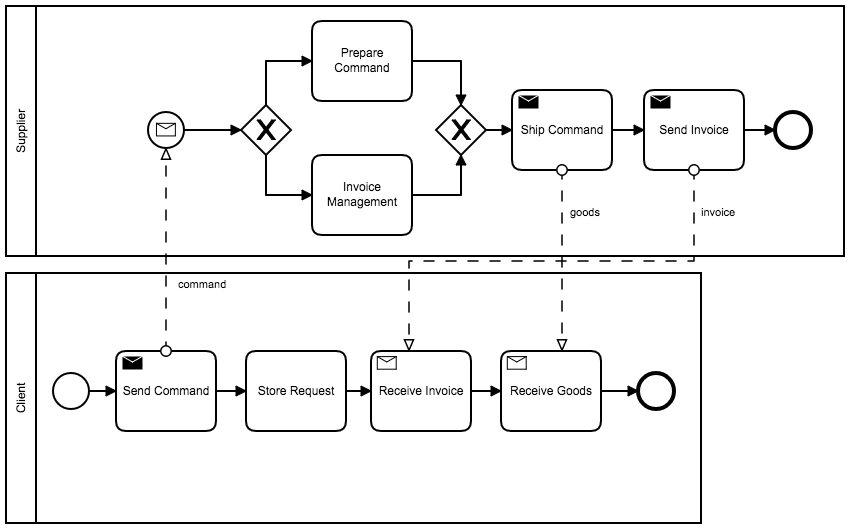
Above: models/bpmn-origin/002ClientSupplierDynamic.png in pascalpoizat/fbpmn (BPMN), before the change. Its source is kept beside it as models/bpmn-origin/002ClientSupplierDynamic.bpmn. Ids are renumbered. Its diagram source:
```xml
<bpmn:definitions xmlns:bpmn="http://www.omg.org/spec/BPMN/20100524/MODEL" xmlns:bpmndi="http://www.omg.org/spec/BPMN/20100524/DI" xmlns:di="http://www.omg.org/spec/DD/20100524/DI" xmlns:dc="http://www.omg.org/spec/DD/20100524/DC" id="Definitions_n1" targetNamespace="http://bpmn.io/schema/bpmn" exporter="Camunda Modeler" exporterVersion="2.0.3">
  <bpmn:collaboration id="_002ClientSupplierDynamic">
    <bpmn:participant id="Participant_n2" name="Supplier" processRef="Process_1" />
    <bpmn:participant id="Participant_n3" name="Client" processRef="Process_n4" />
    <bpmn:messageFlow id="mf1" name="command" sourceRef="cSendCommand" targetRef="sStart" />
    <bpmn:messageFlow id="mf3" name="goods" sourceRef="sShipCommand" targetRef="cReceiveGoods" />
    <bpmn:messageFlow id="mf2" name="invoice" sourceRef="sSendInvoice" targetRef="cReceiveInvoice" />
  </bpmn:collaboration>
  <bpmn:process id="Process_1" isExecutable="true">
    <bpmn:sequenceFlow id="sE1" sourceRef="sStart" targetRef="sPar1" />
    <bpmn:exclusiveGateway id="sPar1">
      <bpmn:incoming>sE1</bpmn:incoming>
      <bpmn:outgoing>sE2</bpmn:outgoing>
      <bpmn:outgoing>sE3</bpmn:outgoing>
    </bpmn:exclusiveGateway>
    <bpmn:exclusiveGateway id="sPar2">
      <bpmn:incoming>sE4</bpmn:incoming>
      <bpmn:incoming>sE5</bpmn:incoming>
      <bpmn:outgoing>sE6</bpmn:outgoing>
    </bpmn:exclusiveGateway>
    <bpmn:sequenceFlow id="sE2" sourceRef="sPar1" targetRef="sPrepareCommand" />
    <bpmn:sequenceFlow id="sE3" sourceRef="sPar1" targetRef="sInvoiceManagement" />
    <bpmn:sequenceFlow id="sE4" sourceRef="sPrepareCommand" targetRef="sPar2" />
    <bpmn:sequenceFlow id="sE5" sourceRef="sInvoiceManagement" targetRef="sPar2" />
    <bpmn:sequenceFlow id="sE6" sourceRef="sPar2" targetRef="sShipCommand" />
    <bpmn:sequenceFlow id="sE7" sourceRef="sShipCommand" targetRef="sSendInvoice" />
    <bpmn:sequenceFlow id="sE8" sourceRef="sSendInvoice" targetRef="sEnd" />
    <bpmn:sendTask id="sShipCommand" name="Ship Command">
      <bpmn:incoming>sE6</bpmn:incoming>
      <bpmn:outgoing>sE7</bpmn:outgoing>
    </bpmn:sendTask>
    <bpmn:sendTask id="sSendInvoice" name="Send Invoice">
      <bpmn:incoming>sE7</bpmn:incoming>
      <bpmn:outgoing>sE8</bpmn:outgoing>
    </bpmn:sendTask>
    <bpmn:task id="sInvoiceManagement" name="Invoice Management">
      <bpmn:incoming>sE3</bpmn:incoming>
      <bpmn:outgoing>sE5</bpmn:outgoing>
    </bpmn:task>
    <bpmn:task id="sPrepareCommand" name="Prepare Command">
      <bpmn:incoming>sE2</bpmn:incoming>
      <bpmn:outgoing>sE4</bpmn:outgoing>
    </bpmn:task>
    <bpmn:endEvent id="sEnd">
      <bpmn:incoming>sE8</bpmn:incoming>
    </bpmn:endEvent>
    <bpmn:startEvent id="sStart">
      <bpmn:outgoing>sE1</bpmn:outgoing>
      <bpmn:messageEventDefinition />
    </bpmn:startEvent>
  </bpmn:process>
  <bpmn:process id="Process_n4" isExecutable="false">
    <bpmn:startEvent id="cStart">
      <bpmn:outgoing>cE1</bpmn:outgoing>
    </bpmn:startEvent>
    <bpmn:sendTask id="cSendCommand" name="Send Command">
      <bpmn:incoming>cE1</bpmn:incoming>
      <bpmn:outgoing>cE2</bpmn:outgoing>
    </bpmn:sendTask>
    <bpmn:endEvent id="cEnd">
      <bpmn:incoming>cE5</bpmn:incoming>
    </bpmn:endEvent>
    <bpmn:receiveTask id="cReceiveInvoice" name="Receive Invoice">
      <bpmn:incoming>cE3</bpmn:incoming>
      <bpmn:outgoing>cE4</bpmn:outgoing>
    </bpmn:receiveTask>
    <bpmn:receiveTask id="cReceiveGoods" name="Receive Goods">
      <bpmn:incoming>cE4</bpmn:incoming>
      <bpmn:outgoing>cE5</bpmn:outgoing>
    </bpmn:receiveTask>
    <bpmn:sequenceFlow id="cE1" sourceRef="cStart" targetRef="cSendCommand" />
    <bpmn:sequenceFlow id="cE2" sourceRef="cSendCommand" targetRef="cStoreRequest" />
    <bpmn:sequenceFlow id="cE3" sourceRef="cStoreRequest" targetRef="cReceiveInvoice" />
    <bpmn:sequenceFlow id="cE4" sourceRef="cReceiveInvoice" targetRef="cReceiveGoods" />
    <bpmn:sequenceFlow id="cE5" sourceRef="cReceiveGoods" targetRef="cEnd" />
    <bpmn:task id="cStoreRequest" name="Store Request">
      <bpmn:incoming>cE2</bpmn:incoming>
      <bpmn:outgoing>cE3</bpmn:outgoing>
    </bpmn:task>
  </bpmn:process>
  <bpmndi:BPMNDiagram id="BPMNDiagram_1">
    <bpmndi:BPMNPlane id="BPMNPlane_1" bpmnElement="_002ClientSupplierDynamic">
      <bpmndi:BPMNShape id="Participant_n2_di" bpmnElement="Participant_n2">
        <dc:Bounds x="123" y="82" width="838" height="250" />
      </bpmndi:BPMNShape>
      <bpmndi:BPMNShape id="Participant_n3_di" bpmnElement="Participant_n3">
        <dc:Bounds x="123" y="349" width="695" height="250" />
      </bpmndi:BPMNShape>
      <bpmndi:BPMNShape id="StartEvent_0wqbuas_di" bpmnElement="cStart">
        <dc:Bounds x="170" y="449" width="36" height="36" />
      </bpmndi:BPMNShape>
      <bpmndi:BPMNShape id="SendTask_1te32pj_di" bpmnElement="cSendCommand">
        <dc:Bounds x="233" y="427" width="100" height="80" />
      </bpmndi:BPMNShape>
      <bpmndi:BPMNShape id="EndEvent_1np621g_di" bpmnElement="cEnd">
        <dc:Bounds x="755" y="449" width="36" height="36" />
      </bpmndi:BPMNShape>
      <bpmndi:BPMNShape id="ReceiveTask_07fuknm_di" bpmnElement="cReceiveInvoice">
        <dc:Bounds x="488" y="427" width="100" height="80" />
      </bpmndi:BPMNShape>
      <bpmndi:BPMNShape id="ReceiveTask_1cswums_di" bpmnElement="cReceiveGoods">
        <dc:Bounds x="618" y="427" width="100" height="80" />
      </bpmndi:BPMNShape>
      <bpmndi:BPMNEdge id="SequenceFlow_1l3qxy1_di" bpmnElement="cE1">
        <di:waypoint x="206" y="467" />
        <di:waypoint x="233" y="467" />
      </bpmndi:BPMNEdge>
      <bpmndi:BPMNEdge id="SequenceFlow_0l8vf2v_di" bpmnElement="cE2">
        <di:waypoint x="333" y="467" />
        <di:waypoint x="363" y="467" />
      </bpmndi:BPMNEdge>
      <bpmndi:BPMNEdge id="SequenceFlow_1d9662y_di" bpmnElement="cE3">
        <di:waypoint x="463" y="467" />
        <di:waypoint x="488" y="467" />
      </bpmndi:BPMNEdge>
      <bpmndi:BPMNEdge id="SequenceFlow_0eptb7v_di" bpmnElement="cE4">
        <di:waypoint x="588" y="467" />
        <di:waypoint x="618" y="467" />
      </bpmndi:BPMNEdge>
      <bpmndi:BPMNEdge id="SequenceFlow_0exi4qb_di" bpmnElement="cE5">
        <di:waypoint x="718" y="467" />
        <di:waypoint x="755" y="467" />
      </bpmndi:BPMNEdge>
      <bpmndi:BPMNEdge id="SequenceFlow_07bx55n_di" bpmnElement="sE1">
        <di:waypoint x="301" y="206" />
        <di:waypoint x="358" y="206" />
      </bpmndi:BPMNEdge>
      <bpmndi:BPMNEdge id="MessageFlow_1793lbg_di" bpmnElement="mf1">
        <di:waypoint x="283" y="427" />
        <di:waypoint x="283" y="224" />
        <bpmndi:BPMNLabel>
          <dc:Bounds x="295" y="354" width="49" height="14" />
        </bpmndi:BPMNLabel>
      </bpmndi:BPMNEdge>
      <bpmndi:BPMNShape id="ExclusiveGateway_04imau1_di" bpmnElement="sPar1" isMarkerVisible="true">
        <dc:Bounds x="358" y="181" width="50" height="50" />
      </bpmndi:BPMNShape>
      <bpmndi:BPMNShape id="ExclusiveGateway_0h1492x_di" bpmnElement="sPar2" isMarkerVisible="true">
        <dc:Bounds x="553" y="181" width="50" height="50" />
      </bpmndi:BPMNShape>
      <bpmndi:BPMNEdge id="SequenceFlow_15g3f5h_di" bpmnElement="sE2">
        <di:waypoint x="383" y="181" />
        <di:waypoint x="383" y="137" />
        <di:waypoint x="429" y="137" />
      </bpmndi:BPMNEdge>
      <bpmndi:BPMNEdge id="SequenceFlow_1vkhj2t_di" bpmnElement="sE3">
        <di:waypoint x="383" y="231" />
        <di:waypoint x="383" y="271" />
        <di:waypoint x="429" y="271" />
      </bpmndi:BPMNEdge>
      <bpmndi:BPMNEdge id="SequenceFlow_0oa8bv3_di" bpmnElement="sE4">
        <di:waypoint x="529" y="137" />
        <di:waypoint x="578" y="137" />
        <di:waypoint x="578" y="181" />
      </bpmndi:BPMNEdge>
      <bpmndi:BPMNEdge id="SequenceFlow_1c2krlg_di" bpmnElement="sE5">
        <di:waypoint x="529" y="271" />
        <di:waypoint x="578" y="271" />
        <di:waypoint x="578" y="231" />
      </bpmndi:BPMNEdge>
      <bpmndi:BPMNEdge id="SequenceFlow_06zhe24_di" bpmnElement="sE6">
        <di:waypoint x="603" y="206" />
        <di:waypoint x="629" y="206" />
      </bpmndi:BPMNEdge>
      <bpmndi:BPMNEdge id="SequenceFlow_0odj96u_di" bpmnElement="sE7">
        <di:waypoint x="729" y="206" />
        <di:waypoint x="761" y="206" />
      </bpmndi:BPMNEdge>
      <bpmndi:BPMNEdge id="SequenceFlow_0bytgue_di" bpmnElement="sE8">
        <di:waypoint x="861" y="206" />
        <di:waypoint x="892" y="206" />
      </bpmndi:BPMNEdge>
      <bpmndi:BPMNEdge id="MessageFlow_1u6722e_di" bpmnElement="mf3">
        <di:waypoint x="679" y="246" />
        <di:waypoint x="679" y="427" />
        <bpmndi:BPMNLabel>
          <dc:Bounds x="687" y="282" width="30" height="14" />
        </bpmndi:BPMNLabel>
      </bpmndi:BPMNEdge>
      <bpmndi:BPMNEdge id="MessageFlow_12jkfae_di" bpmnElement="mf2">
        <di:waypoint x="811" y="246" />
        <di:waypoint x="811" y="337" />
        <di:waypoint x="526" y="337" />
        <di:waypoint x="526" y="427" />
        <bpmndi:BPMNLabel>
          <dc:Bounds x="818" y="282" width="35" height="14" />
        </bpmndi:BPMNLabel>
      </bpmndi:BPMNEdge>
      <bpmndi:BPMNShape id="SendTask_0kjiq7h_di" bpmnElement="sShipCommand">
        <dc:Bounds x="629" y="166" width="100" height="80" />
      </bpmndi:BPMNShape>
      <bpmndi:BPMNShape id="SendTask_0k2gt61_di" bpmnElement="sSendInvoice">
        <dc:Bounds x="761" y="166" width="100" height="80" />
      </bpmndi:BPMNShape>
      <bpmndi:BPMNShape id="Task_1evf0m2_di" bpmnElement="sInvoiceManagement">
        <dc:Bounds x="429" y="231" width="100" height="80" />
      </bpmndi:BPMNShape>
      <bpmndi:BPMNShape id="Task_1nl5zfe_di" bpmnElement="sPrepareCommand">
        <dc:Bounds x="429" y="97" width="100" height="80" />
      </bpmndi:BPMNShape>
      <bpmndi:BPMNShape id="Task_1gdwljy_di" bpmnElement="cStoreRequest">
        <dc:Bounds x="363" y="427" width="100" height="80" />
      </bpmndi:BPMNShape>
      <bpmndi:BPMNShape id="EndEvent_12ckj6l_di" bpmnElement="sEnd">
        <dc:Bounds x="892" y="188" width="36" height="36" />
      </bpmndi:BPMNShape>
      <bpmndi:BPMNShape id="StartEvent_06gwod8_di" bpmnElement="sStart">
        <dc:Bounds x="265" y="188" width="36" height="36" />
      </bpmndi:BPMNShape>
    </bpmndi:BPMNPlane>
  </bpmndi:BPMNDiagram>
</bpmn:definitions>
```
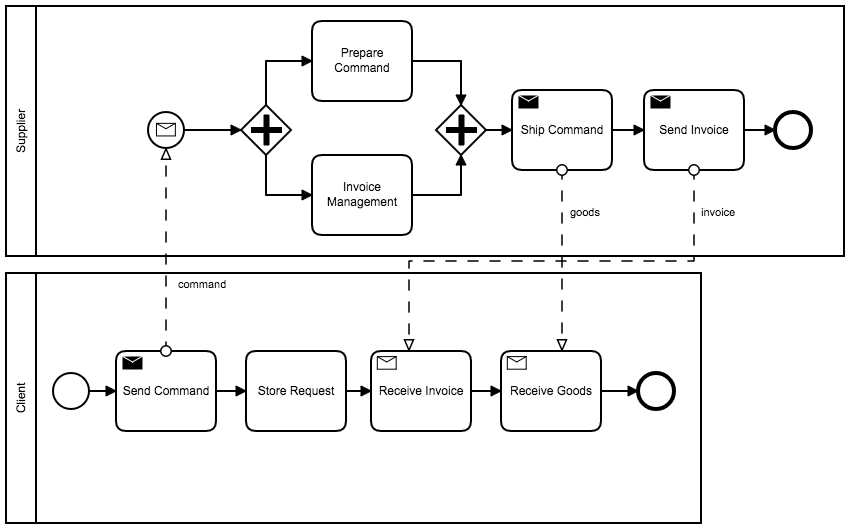
The same file after the commit.

Change to the diagram source:
```diff
@@ -8,16 +8,6 @@
   </bpmn:collaboration>
   <bpmn:process id="Process_1" isExecutable="true">
     <bpmn:sequenceFlow id="sE1" sourceRef="sStart" targetRef="sPar1" />
-    <bpmn:exclusiveGateway id="sPar1">
-      <bpmn:incoming>sE1</bpmn:incoming>
-      <bpmn:outgoing>sE2</bpmn:outgoing>
-      <bpmn:outgoing>sE3</bpmn:outgoing>
-    </bpmn:exclusiveGateway>
-    <bpmn:exclusiveGateway id="sPar2">
-      <bpmn:incoming>sE4</bpmn:incoming>
-      <bpmn:incoming>sE5</bpmn:incoming>
-      <bpmn:outgoing>sE6</bpmn:outgoing>
-    </bpmn:exclusiveGateway>
     <bpmn:sequenceFlow id="sE2" sourceRef="sPar1" targetRef="sPrepareCommand" />
     <bpmn:sequenceFlow id="sE3" sourceRef="sPar1" targetRef="sInvoiceManagement" />
     <bpmn:sequenceFlow id="sE4" sourceRef="sPrepareCommand" targetRef="sPar2" />
@@ -48,6 +38,16 @@
       <bpmn:outgoing>sE1</bpmn:outgoing>
       <bpmn:messageEventDefinition />
     </bpmn:startEvent>
+    <bpmn:parallelGateway id="sPar1">
+      <bpmn:incoming>sE1</bpmn:incoming>
+      <bpmn:outgoing>sE2</bpmn:outgoing>
+      <bpmn:outgoing>sE3</bpmn:outgoing>
+    </bpmn:parallelGateway>
+    <bpmn:parallelGateway id="sPar2">
+      <bpmn:incoming>sE4</bpmn:incoming>
+      <bpmn:incoming>sE5</bpmn:incoming>
+      <bpmn:outgoing>sE6</bpmn:outgoing>
+    </bpmn:parallelGateway>
   </bpmn:process>
   <bpmn:process id="Process_n4" isExecutable="false">
     <bpmn:startEvent id="cStart">
@@ -132,12 +132,6 @@
           <dc:Bounds x="295" y="354" width="49" height="14" />
         </bpmndi:BPMNLabel>
       </bpmndi:BPMNEdge>
-      <bpmndi:BPMNShape id="ExclusiveGateway_04imau1_di" bpmnElement="sPar1" isMarkerVisible="true">
-        <dc:Bounds x="358" y="181" width="50" height="50" />
-      </bpmndi:BPMNShape>
-      <bpmndi:BPMNShape id="ExclusiveGateway_0h1492x_di" bpmnElement="sPar2" isMarkerVisible="true">
-        <dc:Bounds x="553" y="181" width="50" height="50" />
-      </bpmndi:BPMNShape>
       <bpmndi:BPMNEdge id="SequenceFlow_15g3f5h_di" bpmnElement="sE2">
         <di:waypoint x="383" y="181" />
         <di:waypoint x="383" y="137" />
@@ -207,6 +201,12 @@
       <bpmndi:BPMNShape id="StartEvent_06gwod8_di" bpmnElement="sStart">
         <dc:Bounds x="265" y="188" width="36" height="36" />
       </bpmndi:BPMNShape>
+      <bpmndi:BPMNShape id="ParallelGateway_0zldl4b_di" bpmnElement="sPar1">
+        <dc:Bounds x="358" y="181" width="50" height="50" />
+      </bpmndi:BPMNShape>
+      <bpmndi:BPMNShape id="ParallelGateway_09qlt1a_di" bpmnElement="sPar2">
+        <dc:Bounds x="553" y="181" width="50" height="50" />
+      </bpmndi:BPMNShape>
     </bpmndi:BPMNPlane>
   </bpmndi:BPMNDiagram>
 </bpmn:definitions>
```
